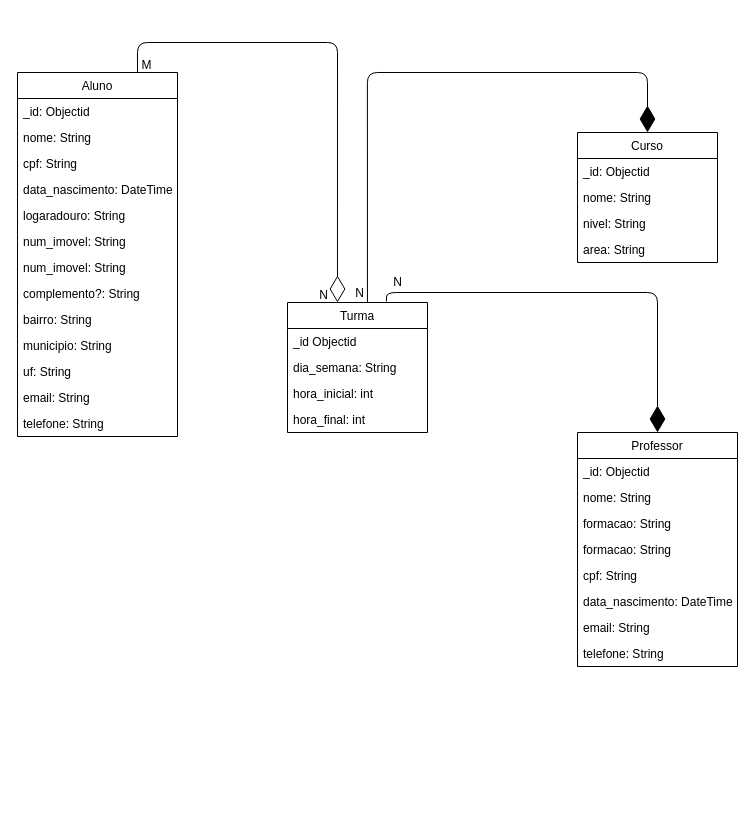
Earlier version of the draw.io diagram docs/modelagem-bd.drawio (vinicius-souzat/bn-not-2023-2). Source tidied: cells renumbered, new cells numbered last; positions are measured from the earlier drawing's top-left corner, leaving out a move shared by most shapes. Both pictures are drawn from the tidied source at 100%, with x=0, y=0 at pixel (17, 42).
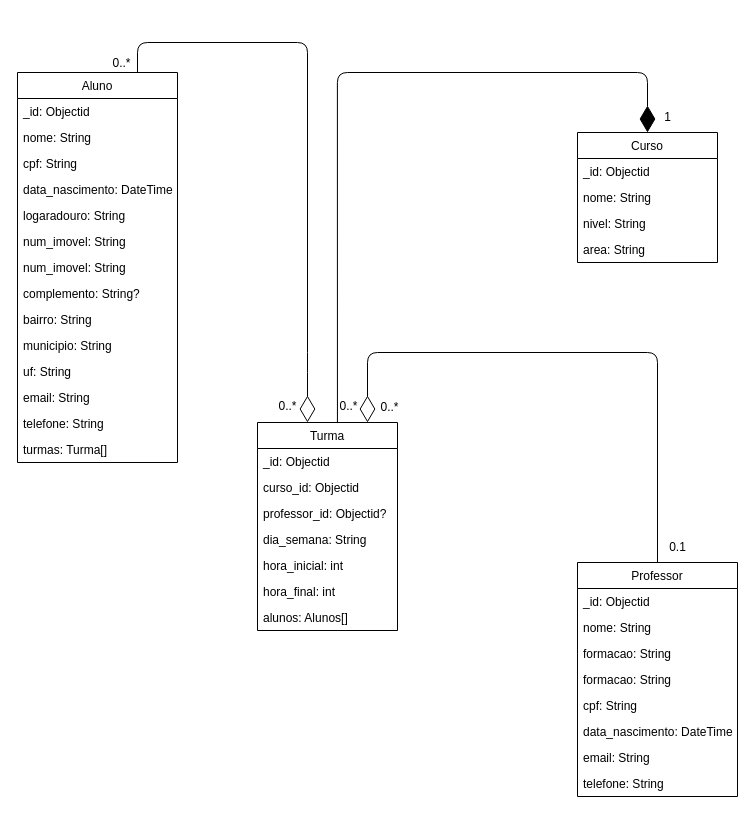
Above is the later version.

The change refers to these unchanged cells:
```xml
<mxCell id="16" value="Curso" style="swimlane;fontStyle=0;horizontal=1;startSize=26;fillColor=none;" parent="1" vertex="1">
  <mxGeometry x="560" y="90" width="140" height="130" as="geometry" />
</mxCell>
```

Change to the diagram source:
```diff
@@
     <mxCell id="2" value="Aluno" style="swimlane;fontStyle=0;horizontal=1;startSize=26;fillColor=none;" parent="1" vertex="1">
-      <mxGeometry y="30" width="160" height="364" as="geometry" />
+      <mxGeometry y="30" width="160" height="390" as="geometry" />
     </mxCell>
@@
-    <mxCell id="10" value="complemento?: String" style="text;strokeColor=none;fillColor=none;align=left;verticalAlign=top;spacingLeft=4;spacingRight=4;overflow=hidden;" parent="2" vertex="1">
+    <mxCell id="10" value="complemento: String?" style="text;strokeColor=none;fillColor=none;align=left;verticalAlign=top;spacingLeft=4;spacingRight=4;overflow=hidden;" parent="2" vertex="1">
       <mxGeometry y="208" width="160" height="26" as="geometry" />
     </mxCell>
@@
+    <mxCell id="42" value="turmas: Turma[]" style="text;strokeColor=none;fillColor=none;align=left;verticalAlign=top;spacingLeft=4;spacingRight=4;overflow=hidden;" parent="2" vertex="1">
+      <mxGeometry y="364" width="160" height="26" as="geometry" />
+    </mxCell>
@@
     <mxCell id="21" value="Professor" style="swimlane;fontStyle=0;horizontal=1;startSize=26;fillColor=none;" parent="1" vertex="1">
-      <mxGeometry x="560" y="390" width="160" height="234" as="geometry" />
+      <mxGeometry x="560" y="520" width="160" height="234" as="geometry" />
     </mxCell>
@@
     <mxCell id="30" value="Turma" style="swimlane;fontStyle=0;horizontal=1;startSize=26;fillColor=none;" parent="1" vertex="1">
-      <mxGeometry x="270" y="260" width="140" height="130" as="geometry" />
+      <mxGeometry x="240" y="380" width="140" height="208" as="geometry" />
     </mxCell>
-    <mxCell id="31" value="_id Objectid" style="text;strokeColor=none;fillColor=none;align=left;verticalAlign=top;spacingLeft=4;spacingRight=4;overflow=hidden;" parent="30" vertex="1">
+    <mxCell id="31" value="_id: Objectid" style="text;strokeColor=none;fillColor=none;align=left;verticalAlign=top;spacingLeft=4;spacingRight=4;overflow=hidden;" parent="30" vertex="1">
       <mxGeometry y="26" width="140" height="26" as="geometry" />
     </mxCell>
+    <mxCell id="43" value="curso_id: Objectid" style="text;strokeColor=none;fillColor=none;align=left;verticalAlign=top;spacingLeft=4;spacingRight=4;overflow=hidden;" parent="30" vertex="1">
+      <mxGeometry y="52" width="140" height="26" as="geometry" />
+    </mxCell>
+    <mxCell id="44" value="professor_id: Objectid?" style="text;strokeColor=none;fillColor=none;align=left;verticalAlign=top;spacingLeft=4;spacingRight=4;overflow=hidden;" parent="30" vertex="1">
+      <mxGeometry y="78" width="140" height="26" as="geometry" />
+    </mxCell>
     <mxCell id="32" value="dia_semana: String" style="text;strokeColor=none;fillColor=none;align=left;verticalAlign=top;spacingLeft=4;spacingRight=4;overflow=hidden;" parent="30" vertex="1">
-      <mxGeometry y="52" width="140" height="26" as="geometry" />
+      <mxGeometry y="104" width="140" height="26" as="geometry" />
     </mxCell>
     <mxCell id="33" value="hora_inicial: int" style="text;strokeColor=none;fillColor=none;align=left;verticalAlign=top;spacingLeft=4;spacingRight=4;overflow=hidden;" parent="30" vertex="1">
-      <mxGeometry y="78" width="140" height="26" as="geometry" />
+      <mxGeometry y="130" width="140" height="26" as="geometry" />
     </mxCell>
     <mxCell id="34" value="hora_final: int" style="text;strokeColor=none;fillColor=none;align=left;verticalAlign=top;spacingLeft=4;spacingRight=4;overflow=hidden;" parent="30" vertex="1">
-      <mxGeometry y="104" width="140" height="26" as="geometry" />
+      <mxGeometry y="156" width="140" height="26" as="geometry" />
     </mxCell>
-    <mxCell id="35" style="endArrow=diamondThin;endFill=1;endSize=24;html=1;shadow=0;edgeStyle=orthogonalEdgeStyle;entryX=0.5;entryY=0;entryDx=0;entryDy=0;exitX=0.707;exitY=-0.008;exitDx=0;exitDy=0;exitPerimeter=0;" parent="1" edge="1" source="30" target="21">
-      <mxGeometry relative="1" as="geometry" />
-    </mxCell>
+    <mxCell id="45" value="alunos: Alunos[]" style="text;strokeColor=none;fillColor=none;align=left;verticalAlign=top;spacingLeft=4;spacingRight=4;overflow=hidden;" parent="30" vertex="1">
+      <mxGeometry y="182" width="140" height="26" as="geometry" />
+    </mxCell>
     <mxCell id="36" style="endArrow=diamondThin;endFill=1;endSize=24;html=1;shadow=0;edgeStyle=orthogonalEdgeStyle;entryX=0.5;entryY=0;entryDx=0;entryDy=0;exitX=0.571;exitY=0;exitDx=0;exitDy=0;exitPerimeter=0;" parent="1" edge="1" source="30" target="16">
       <mxGeometry relative="1" as="geometry">
         <Array as="points">
-          <mxPoint x="350" y="30" />
+          <mxPoint x="320" y="30" />
           <mxPoint x="630" y="30" />
         </Array>
       </mxGeometry>
     </mxCell>
     <mxCell id="37" style="endArrow=diamondThin;endFill=0;endSize=24;html=1;shadow=0;edgeStyle=orthogonalEdgeStyle;entryX=0.357;entryY=0;entryDx=0;entryDy=0;entryPerimeter=0;exitX=0.75;exitY=0;exitDx=0;exitDy=0;" parent="1" edge="1" source="2" target="30">
       <mxGeometry relative="1" as="geometry">
         <Array as="points">
           <mxPoint x="120" />
-          <mxPoint x="320" />
+          <mxPoint x="290" />
+          <mxPoint x="290" y="320" />
         </Array>
       </mxGeometry>
     </mxCell>
-    <mxCell id="38" value="N" style="text;html=1;align=center;verticalAlign=middle;strokeColor=none;fillColor=none;" parent="1" vertex="1">
-      <mxGeometry x="365" y="225" width="30" height="30" as="geometry" />
+    <mxCell id="38" value="0..*" style="text;html=1;align=center;verticalAlign=middle;strokeColor=none;fillColor=none;" parent="1" vertex="1">
+      <mxGeometry x="352" y="350" width="40" height="30" as="geometry" />
     </mxCell>
-    <mxCell id="39" value="N" style="text;html=1;align=center;verticalAlign=middle;strokeColor=none;fillColor=none;" parent="1" vertex="1">
-      <mxGeometry x="291" y="238" width="30" height="30" as="geometry" />
-    </mxCell>
-    <mxCell id="40" value="N" style="text;html=1;align=center;verticalAlign=middle;strokeColor=none;fillColor=none;" parent="1" vertex="1">
-      <mxGeometry x="327" y="236" width="30" height="30" as="geometry" />
+    <mxCell id="40" value="0..*" style="text;html=1;align=center;verticalAlign=middle;strokeColor=none;fillColor=none;" parent="1" vertex="1">
+      <mxGeometry x="311" y="349" width="40" height="30" as="geometry" />
     </mxCell>
-    <mxCell id="41" value="M" style="text;html=1;align=center;verticalAlign=middle;strokeColor=none;fillColor=none;" parent="1" vertex="1">
-      <mxGeometry x="114" y="8" width="30" height="30" as="geometry" />
+    <mxCell id="41" value="0..*" style="text;html=1;align=center;verticalAlign=middle;strokeColor=none;fillColor=none;" parent="1" vertex="1">
+      <mxGeometry x="84" y="6" width="40" height="30" as="geometry" />
     </mxCell>
+    <mxCell id="46" value="0..*" style="text;html=1;align=center;verticalAlign=middle;strokeColor=none;fillColor=none;" parent="1" vertex="1">
+      <mxGeometry x="250" y="349" width="40" height="30" as="geometry" />
+    </mxCell>
+    <mxCell id="47" style="endArrow=diamondThin;endFill=0;endSize=24;html=1;edgeStyle=orthogonalEdgeStyle;exitX=0.5;exitY=0;exitDx=0;exitDy=0;" parent="1" edge="1" source="21" target="30">
+      <mxGeometry relative="1" as="geometry">
+        <Array as="points">
+          <mxPoint x="640" y="310" />
+          <mxPoint x="350" y="310" />
+        </Array>
+      </mxGeometry>
+    </mxCell>
+    <mxCell id="48" value="0.1" style="text;html=1;align=center;verticalAlign=middle;strokeColor=none;fillColor=none;" parent="1" vertex="1">
+      <mxGeometry x="640" y="490" width="40" height="30" as="geometry" />
+    </mxCell>
+    <mxCell id="49" value="1" style="text;html=1;align=center;verticalAlign=middle;strokeColor=none;fillColor=none;" parent="1" vertex="1">
+      <mxGeometry x="635" y="60" width="30" height="30" as="geometry" />
+    </mxCell>
```
